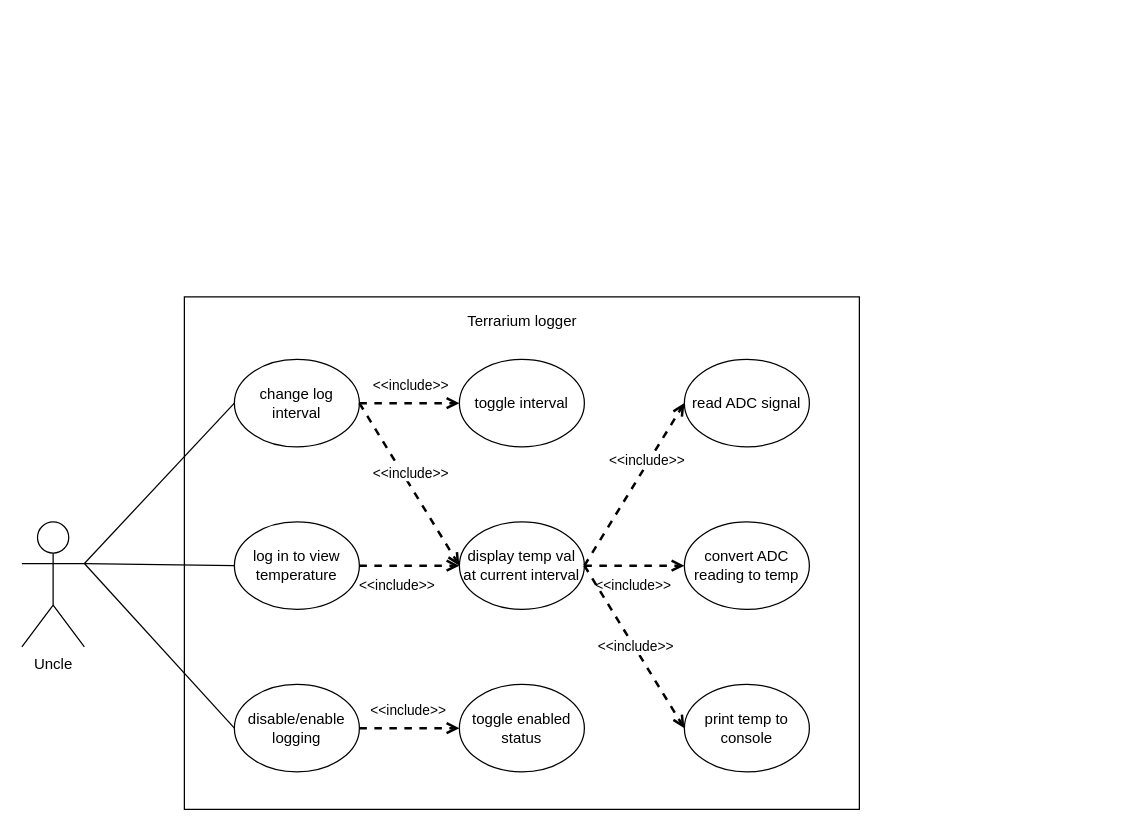
The draw.io diagram diagrams/usecasediagram.drawio in hrrhan002/Terrarium-Logger, before the edit. Source tidied: cells renumbered, new cells numbered last; positions are measured from the earlier drawing's top-left corner, leaving out a move shared by most shapes. Both pictures are drawn from the tidied source at 125%, with x=0, y=0 at pixel (21, 296).
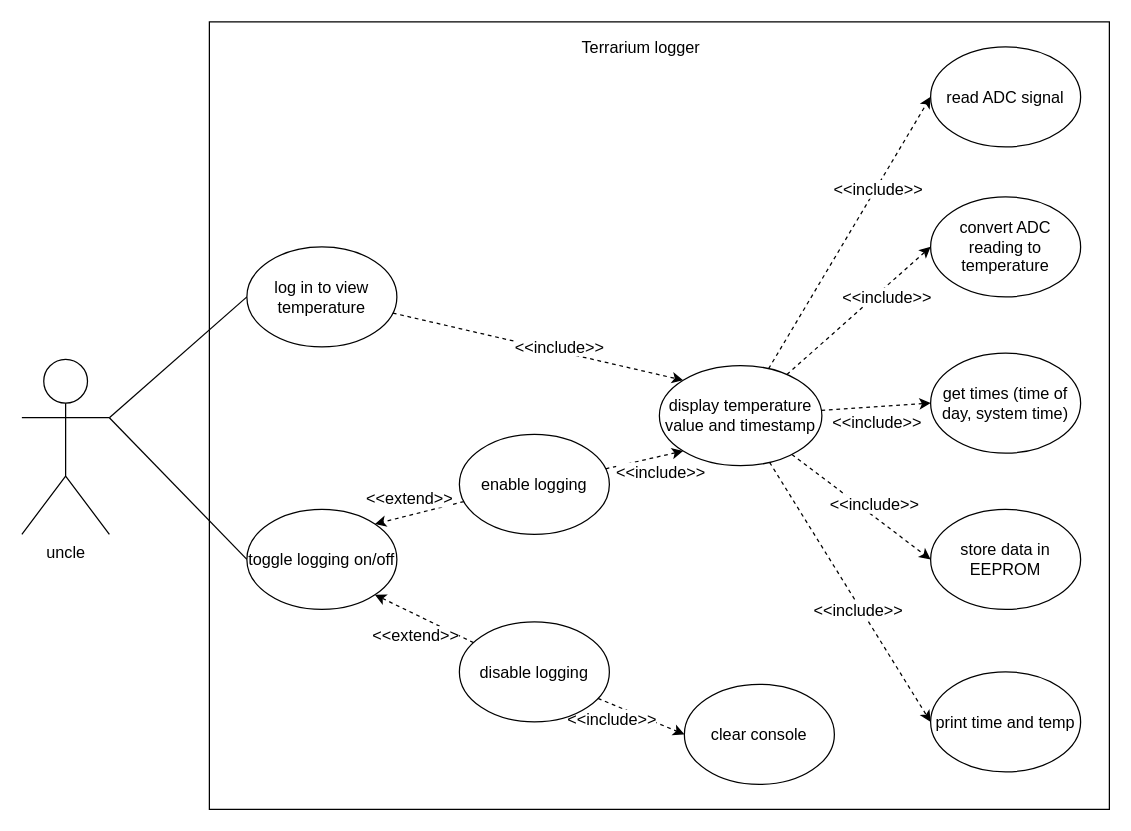
The same diagram, later.

Commit message (it also covers changes not shown here):
Remove toggle interval functionality; Improvements

No longer required to change sample rate. Diagrams and code outline updated to remove this functionality.

In the code there was a clear_log() fn that cleared the eeprom. It has been renamed clear_mem() so that
a new fn clear_log() can be used to clear the console.

Use case diagram has been improved.

Change to the diagram source:
```diff
@@
-    <mxCell id="2" style="rounded=0;whiteSpace=wrap;html=1;" parent="1" vertex="1">
-      <mxGeometry x="130" width="540" height="410" as="geometry" />
-    </mxCell>
-    <mxCell id="3" value="Uncle" style="shape=umlActor;verticalLabelPosition=bottom;verticalAlign=top;html=1;outlineConnect=0;" parent="1" vertex="1">
-      <mxGeometry y="180" width="50" height="100" as="geometry" />
-    </mxCell>
-    <mxCell id="4" value="change log interval" style="ellipse;whiteSpace=wrap;html=1;" parent="1" vertex="1">
-      <mxGeometry x="170" y="50" width="100" height="70" as="geometry" />
-    </mxCell>
+    <mxCell id="31" style="rounded=0;whiteSpace=wrap;html=1;fontSize=13;fillColor=none;" parent="1" vertex="1">
+      <mxGeometry x="150" y="-220" width="720" height="630" as="geometry" />
+    </mxCell>
+    <mxCell id="32" style="edgeStyle=none;rounded=0;jettySize=auto;html=1;exitX=1;exitY=0.3333333333333333;exitDx=0;exitDy=0;exitPerimeter=0;entryX=0;entryY=0.5;entryDx=0;entryDy=0;startArrow=none;startFill=0;endArrow=none;endFill=0;fontSize=13;" parent="1" edge="1" source="34" target="5">
+      <mxGeometry relative="1" as="geometry" />
+    </mxCell>
+    <mxCell id="33" style="edgeStyle=none;rounded=0;jettySize=auto;html=1;exitX=1;exitY=0.3333333333333333;exitDx=0;exitDy=0;exitPerimeter=0;entryX=0;entryY=0.5;entryDx=0;entryDy=0;startArrow=none;startFill=0;endArrow=none;endFill=0;fontSize=13;" parent="1" edge="1" source="34" target="37">
+      <mxGeometry relative="1" as="geometry" />
+    </mxCell>
+    <mxCell id="34" value="&lt;div style=&quot;font-size: 13px;&quot;&gt;uncle&lt;/div&gt;" style="shape=umlActor;verticalLabelPosition=bottom;verticalAlign=top;html=1;outlineConnect=0;fontSize=13;" parent="1" vertex="1">
+      <mxGeometry y="50" width="70" height="140" as="geometry" />
+    </mxCell>
+    <mxCell id="35" style="edgeStyle=none;rounded=0;jettySize=auto;html=1;entryX=0;entryY=0;entryDx=0;entryDy=0;dashed=1;startArrow=none;startFill=0;endArrow=classic;endFill=1;fontSize=13;" parent="1" edge="1" source="5" target="58">
+      <mxGeometry relative="1" as="geometry" />
+    </mxCell>
+    <mxCell id="36" value="&amp;lt;&amp;lt;include&amp;gt;&amp;gt;" style="edgeLabel;html=1;align=center;verticalAlign=middle;fontSize=13;" parent="35" vertex="1">
+      <mxGeometry x="0.3" y="2" relative="1" as="geometry">
+        <mxPoint x="-18.5" y="-6.1" as="offset" />
+      </mxGeometry>
+    </mxCell>
-    <mxCell id="5" value="log in to view temperature" style="ellipse;whiteSpace=wrap;html=1;" parent="1" vertex="1">
-      <mxGeometry x="170" y="180" width="100" height="70" as="geometry" />
+    <mxCell id="5" value="log in to view temperature" style="ellipse;whiteSpace=wrap;html=1;fontSize=13;" parent="1" vertex="1">
+      <mxGeometry x="180" y="-40" width="120" height="80" as="geometry" />
     </mxCell>
-    <mxCell id="6" value="disable/enable logging" style="ellipse;whiteSpace=wrap;html=1;" parent="1" vertex="1">
-      <mxGeometry x="170" y="310" width="100" height="70" as="geometry" />
-    </mxCell>
-    <mxCell id="7" value="toggle interval" style="ellipse;whiteSpace=wrap;html=1;" parent="1" vertex="1">
-      <mxGeometry x="350" y="50" width="100" height="70" as="geometry" />
-    </mxCell>
-    <mxCell id="8" value="display temp val at current interval" style="ellipse;whiteSpace=wrap;html=1;" parent="1" vertex="1">
-      <mxGeometry x="350" y="180" width="100" height="70" as="geometry" />
-    </mxCell>
-    <mxCell id="9" value="toggle enabled status" style="ellipse;whiteSpace=wrap;html=1;" parent="1" vertex="1">
-      <mxGeometry x="350" y="310" width="100" height="70" as="geometry" />
-    </mxCell>
+    <mxCell id="37" value="toggle logging on/off" style="ellipse;whiteSpace=wrap;html=1;fontSize=13;" parent="1" vertex="1">
+      <mxGeometry x="180" y="170" width="120" height="80" as="geometry" />
+    </mxCell>
+    <mxCell id="38" style="edgeStyle=none;rounded=0;jettySize=auto;html=1;entryX=0;entryY=1;entryDx=0;entryDy=0;dashed=1;startArrow=none;startFill=0;endArrow=classic;endFill=1;fontSize=13;" parent="1" edge="1" source="42" target="58">
+      <mxGeometry relative="1" as="geometry" />
+    </mxCell>
+    <mxCell id="39" value="&amp;lt;&amp;lt;include&amp;gt;&amp;gt;" style="edgeLabel;html=1;align=center;verticalAlign=middle;fontSize=13;" parent="38" vertex="1">
+      <mxGeometry x="-0.25" relative="1" as="geometry">
+        <mxPoint x="19.8" y="7.8" as="offset" />
+      </mxGeometry>
+    </mxCell>
+    <mxCell id="40" style="edgeStyle=none;rounded=0;jettySize=auto;html=1;entryX=1;entryY=0;entryDx=0;entryDy=0;dashed=1;startArrow=none;startFill=0;endArrow=classic;endFill=1;fontSize=13;" parent="1" edge="1" source="42" target="37">
+      <mxGeometry relative="1" as="geometry" />
+    </mxCell>
+    <mxCell id="41" value="&amp;lt;&amp;lt;extend&amp;gt;&amp;gt;" style="edgeLabel;html=1;align=center;verticalAlign=middle;fontSize=13;" parent="40" vertex="1">
+      <mxGeometry x="0.25" y="2" relative="1" as="geometry">
+        <mxPoint x="0.1" y="-16.9" as="offset" />
+      </mxGeometry>
+    </mxCell>
+    <mxCell id="42" value="enable logging" style="ellipse;whiteSpace=wrap;html=1;fontSize=13;" parent="1" vertex="1">
+      <mxGeometry x="350" y="110" width="120" height="80" as="geometry" />
+    </mxCell>
+    <mxCell id="43" style="edgeStyle=none;rounded=0;jettySize=auto;html=1;entryX=1;entryY=1;entryDx=0;entryDy=0;dashed=1;startArrow=none;startFill=0;endArrow=classic;endFill=1;fontSize=13;" parent="1" edge="1" source="47" target="37">
+      <mxGeometry relative="1" as="geometry" />
+    </mxCell>
+    <mxCell id="44" value="&amp;lt;&amp;lt;extend&amp;gt;&amp;gt;" style="edgeLabel;html=1;align=center;verticalAlign=middle;fontSize=13;" parent="43" vertex="1">
+      <mxGeometry x="-0.56" y="2" relative="1" as="geometry">
+        <mxPoint x="-29" y="0.2" as="offset" />
+      </mxGeometry>
+    </mxCell>
+    <mxCell id="45" style="edgeStyle=none;rounded=0;jettySize=auto;html=1;entryX=0;entryY=0.5;entryDx=0;entryDy=0;startArrow=none;startFill=0;endArrow=classic;endFill=1;fontSize=13;dashed=1;" parent="1" edge="1" source="47" target="63">
+      <mxGeometry relative="1" as="geometry" />
+    </mxCell>
+    <mxCell id="46" value="&amp;lt;&amp;lt;include&amp;gt;&amp;gt;" style="edgeLabel;html=1;align=center;verticalAlign=middle;fontSize=13;" parent="45" vertex="1">
+      <mxGeometry x="0.14" relative="1" as="geometry">
+        <mxPoint x="-28.8" as="offset" />
+      </mxGeometry>
+    </mxCell>
+    <mxCell id="47" value="disable logging" style="ellipse;whiteSpace=wrap;html=1;fontSize=13;" parent="1" vertex="1">
+      <mxGeometry x="350" y="260" width="120" height="80" as="geometry" />
+    </mxCell>
+    <mxCell id="48" style="edgeStyle=none;rounded=0;jettySize=auto;html=1;entryX=0;entryY=0.5;entryDx=0;entryDy=0;dashed=1;startArrow=none;startFill=0;endArrow=classic;endFill=1;fontSize=13;" parent="1" edge="1" source="58" target="10">
+      <mxGeometry relative="1" as="geometry" />
+    </mxCell>
+    <mxCell id="49" value="&amp;lt;&amp;lt;include&amp;gt;&amp;gt;" style="edgeLabel;html=1;align=center;verticalAlign=middle;fontSize=13;" parent="48" vertex="1">
+      <mxGeometry x="0.33" y="-1" relative="1" as="geometry" />
+    </mxCell>
+    <mxCell id="50" style="edgeStyle=none;rounded=0;jettySize=auto;html=1;entryX=0;entryY=0.5;entryDx=0;entryDy=0;dashed=1;startArrow=none;startFill=0;endArrow=classic;endFill=1;fontSize=13;" parent="1" edge="1" source="58" target="59">
+      <mxGeometry relative="1" as="geometry" />
+    </mxCell>
+    <mxCell id="51" value="&amp;lt;&amp;lt;include&amp;gt;&amp;gt;" style="edgeLabel;html=1;align=center;verticalAlign=middle;fontSize=13;" parent="50" vertex="1">
+      <mxGeometry x="0.53" relative="1" as="geometry">
+        <mxPoint x="-8.6" y="15.6" as="offset" />
+      </mxGeometry>
+    </mxCell>
+    <mxCell id="52" style="edgeStyle=none;rounded=0;jettySize=auto;html=1;entryX=0;entryY=0.5;entryDx=0;entryDy=0;dashed=1;startArrow=none;startFill=0;endArrow=classic;endFill=1;fontSize=13;" parent="1" edge="1" source="58" target="60">
+      <mxGeometry relative="1" as="geometry" />
+    </mxCell>
+    <mxCell id="53" value="&amp;lt;&amp;lt;include&amp;gt;&amp;gt;" style="edgeLabel;html=1;align=center;verticalAlign=middle;fontSize=13;" parent="52" vertex="1">
+      <mxGeometry x="0.43" y="2" relative="1" as="geometry">
+        <mxPoint x="-18.6" y="15.2" as="offset" />
+      </mxGeometry>
+    </mxCell>
+    <mxCell id="54" style="edgeStyle=none;rounded=0;jettySize=auto;html=1;entryX=0;entryY=0.5;entryDx=0;entryDy=0;dashed=1;startArrow=none;startFill=0;endArrow=classic;endFill=1;fontSize=13;" parent="1" edge="1" source="58" target="61">
+      <mxGeometry relative="1" as="geometry" />
+    </mxCell>
+    <mxCell id="55" value="&amp;lt;&amp;lt;include&amp;gt;&amp;gt;" style="edgeLabel;html=1;align=center;verticalAlign=middle;fontSize=13;" parent="54" vertex="1">
+      <mxGeometry x="0.43" y="-1" relative="1" as="geometry">
+        <mxPoint x="-21.3" y="-31.3" as="offset" />
+      </mxGeometry>
+    </mxCell>
+    <mxCell id="56" style="edgeStyle=none;rounded=0;jettySize=auto;html=1;entryX=0;entryY=0.5;entryDx=0;entryDy=0;dashed=1;startArrow=none;startFill=0;endArrow=classic;endFill=1;fontSize=13;" parent="1" edge="1" source="58" target="62">
+      <mxGeometry relative="1" as="geometry" />
+    </mxCell>
+    <mxCell id="57" value="&amp;lt;&amp;lt;include&amp;gt;&amp;gt;" style="edgeLabel;html=1;align=center;verticalAlign=middle;fontSize=13;" parent="56" vertex="1">
+      <mxGeometry x="0.51" y="-2" relative="1" as="geometry">
+        <mxPoint x="-17.3" y="-25.8" as="offset" />
+      </mxGeometry>
+    </mxCell>
+    <mxCell id="58" value="display temperature value and timestamp" style="ellipse;whiteSpace=wrap;html=1;fontSize=13;" parent="1" vertex="1">
+      <mxGeometry x="510" y="55" width="130" height="80" as="geometry" />
+    </mxCell>
-    <mxCell id="10" value="read ADC signal" style="ellipse;whiteSpace=wrap;html=1;" parent="1" vertex="1">
-      <mxGeometry x="530" y="50" width="100" height="70" as="geometry" />
+    <mxCell id="10" value="read ADC signal" style="ellipse;whiteSpace=wrap;html=1;fontSize=13;" parent="1" vertex="1">
+      <mxGeometry x="727" y="-200" width="120" height="80" as="geometry" />
     </mxCell>
-    <mxCell id="11" value="convert ADC reading to temp" style="ellipse;whiteSpace=wrap;html=1;" parent="1" vertex="1">
-      <mxGeometry x="530" y="180" width="100" height="70" as="geometry" />
-    </mxCell>
-    <mxCell id="12" value="print temp to console" style="ellipse;whiteSpace=wrap;html=1;" parent="1" vertex="1">
-      <mxGeometry x="530" y="310" width="100" height="70" as="geometry" />
-    </mxCell>
-    <mxCell id="13" style="endArrow=open;dashed=1;html=1;strokeWidth=2;endFill=0;exitX=1;exitY=0.5;exitDx=0;exitDy=0;entryX=0;entryY=0.5;entryDx=0;entryDy=0;" parent="1" edge="1" source="4" target="7">
-      <mxGeometry relative="1" as="geometry" />
-    </mxCell>
-    <mxCell id="14" value="&amp;lt;&amp;lt;include&amp;gt;&amp;gt;" style="edgeLabel;html=1;align=center;verticalAlign=middle;" parent="13" vertex="1">
-      <mxGeometry x="0.4" y="-3" relative="1" as="geometry">
-        <mxPoint x="-16" y="-18" as="offset" />
-      </mxGeometry>
-    </mxCell>
-    <mxCell id="15" style="endArrow=open;dashed=1;html=1;strokeWidth=2;endFill=0;exitX=1;exitY=0.5;exitDx=0;exitDy=0;entryX=0;entryY=0.5;entryDx=0;entryDy=0;" parent="1" edge="1" source="4" target="8">
-      <mxGeometry relative="1" as="geometry" />
-    </mxCell>
-    <mxCell id="16" value="&amp;lt;&amp;lt;include&amp;gt;&amp;gt;" style="edgeLabel;html=1;align=center;verticalAlign=middle;" parent="15" vertex="1">
-      <mxGeometry x="0.28" y="1" relative="1" as="geometry">
-        <mxPoint x="-12.2" y="-27.9" as="offset" />
-      </mxGeometry>
-    </mxCell>
-    <mxCell id="17" style="endArrow=open;dashed=1;html=1;strokeWidth=2;endFill=0;exitX=1;exitY=0.5;exitDx=0;exitDy=0;entryX=0;entryY=0.5;entryDx=0;entryDy=0;" parent="1" edge="1" source="5" target="8">
-      <mxGeometry relative="1" as="geometry" />
-    </mxCell>
-    <mxCell id="18" value="&amp;lt;&amp;lt;include&amp;gt;&amp;gt;" style="edgeLabel;html=1;align=center;verticalAlign=middle;" parent="17" vertex="1">
-      <mxGeometry x="0.28" y="1" relative="1" as="geometry">
-        <mxPoint x="-21.7" y="16" as="offset" />
-      </mxGeometry>
-    </mxCell>
-    <mxCell id="19" style="endArrow=open;dashed=1;html=1;strokeWidth=2;endFill=0;exitX=1;exitY=0.5;exitDx=0;exitDy=0;entryX=0;entryY=0.5;entryDx=0;entryDy=0;" parent="1" edge="1" source="6" target="9">
-      <mxGeometry relative="1" as="geometry" />
-    </mxCell>
-    <mxCell id="20" value="&amp;lt;&amp;lt;include&amp;gt;&amp;gt;" style="edgeLabel;html=1;align=center;verticalAlign=middle;" parent="19" vertex="1">
-      <mxGeometry x="0.28" y="1" relative="1" as="geometry">
-        <mxPoint x="-12.2" y="-14" as="offset" />
-      </mxGeometry>
-    </mxCell>
-    <mxCell id="21" style="endArrow=open;dashed=1;html=1;strokeWidth=2;endFill=0;exitX=1;exitY=0.5;exitDx=0;exitDy=0;entryX=0;entryY=0.5;entryDx=0;entryDy=0;" parent="1" edge="1" source="8" target="10">
-      <mxGeometry relative="1" as="geometry" />
-    </mxCell>
-    <mxCell id="22" value="&amp;lt;&amp;lt;include&amp;gt;&amp;gt;" style="edgeLabel;html=1;align=center;verticalAlign=middle;" parent="21" vertex="1">
-      <mxGeometry x="0.28" y="1" relative="1" as="geometry">
-        <mxPoint x="-0.7" y="-0.7" as="offset" />
-      </mxGeometry>
-    </mxCell>
-    <mxCell id="23" style="endArrow=open;dashed=1;html=1;strokeWidth=2;endFill=0;exitX=1;exitY=0.5;exitDx=0;exitDy=0;entryX=0;entryY=0.5;entryDx=0;entryDy=0;" parent="1" edge="1" source="8" target="11">
-      <mxGeometry relative="1" as="geometry" />
-    </mxCell>
-    <mxCell id="24" value="&amp;lt;&amp;lt;include&amp;gt;&amp;gt;" style="edgeLabel;html=1;align=center;verticalAlign=middle;" parent="23" vertex="1">
-      <mxGeometry x="0.28" y="1" relative="1" as="geometry">
-        <mxPoint x="-12.2" y="16" as="offset" />
-      </mxGeometry>
-    </mxCell>
-    <mxCell id="25" style="endArrow=open;dashed=1;html=1;strokeWidth=2;endFill=0;exitX=1;exitY=0.5;exitDx=0;exitDy=0;entryX=0;entryY=0.5;entryDx=0;entryDy=0;" parent="1" edge="1" source="8" target="12">
-      <mxGeometry relative="1" as="geometry" />
-    </mxCell>
-    <mxCell id="26" value="&amp;lt;&amp;lt;include&amp;gt;&amp;gt;" style="edgeLabel;html=1;align=center;verticalAlign=middle;" parent="25" vertex="1">
-      <mxGeometry x="0.28" y="1" relative="1" as="geometry">
-        <mxPoint x="-12.2" y="-18.2" as="offset" />
-      </mxGeometry>
-    </mxCell>
+    <mxCell id="59" value="convert ADC reading to temperature" style="ellipse;whiteSpace=wrap;html=1;fontSize=13;" parent="1" vertex="1">
+      <mxGeometry x="727" y="-80" width="120" height="80" as="geometry" />
+    </mxCell>
+    <mxCell id="60" value="get times (time of day, system time)" style="ellipse;whiteSpace=wrap;html=1;fontSize=13;" parent="1" vertex="1">
+      <mxGeometry x="727" y="45" width="120" height="80" as="geometry" />
+    </mxCell>
+    <mxCell id="61" value="print time and temp" style="ellipse;whiteSpace=wrap;html=1;fontSize=13;" parent="1" vertex="1">
+      <mxGeometry x="727" y="300" width="120" height="80" as="geometry" />
+    </mxCell>
+    <mxCell id="62" value="store data in EEPROM" style="ellipse;whiteSpace=wrap;html=1;fontSize=13;" parent="1" vertex="1">
+      <mxGeometry x="727" y="170" width="120" height="80" as="geometry" />
+    </mxCell>
-    <mxCell id="27" value="Terrarium logger" style="text;html=1;align=center;verticalAlign=middle;" parent="1" vertex="1">
-      <mxGeometry x="350" y="10" width="100" height="20" as="geometry" />
+    <mxCell id="27" value="Terrarium logger" style="text;html=1;align=center;verticalAlign=middle;fontSize=13;" parent="1" vertex="1">
+      <mxGeometry x="440" y="-210" width="110" height="20" as="geometry" />
     </mxCell>
-    <mxCell id="28" style="endArrow=none;html=1;strokeWidth=1;exitX=1;exitY=0.3333333333333333;exitDx=0;exitDy=0;exitPerimeter=0;entryX=0;entryY=0.5;entryDx=0;entryDy=0;" parent="1" edge="1" source="3" target="4">
-      <mxGeometry relative="1" as="geometry" />
-    </mxCell>
-    <mxCell id="29" style="endArrow=none;html=1;strokeWidth=1;exitX=1;exitY=0.3333333333333333;exitDx=0;exitDy=0;exitPerimeter=0;entryX=0;entryY=0.5;entryDx=0;entryDy=0;" parent="1" edge="1" source="3" target="5">
-      <mxGeometry relative="1" as="geometry" />
-    </mxCell>
-    <mxCell id="30" style="endArrow=none;html=1;strokeWidth=1;exitX=1;exitY=0.3333333333333333;exitDx=0;exitDy=0;exitPerimeter=0;entryX=0;entryY=0.5;entryDx=0;entryDy=0;" parent="1" edge="1" source="3" target="6">
-      <mxGeometry relative="1" as="geometry" />
-    </mxCell>
+    <mxCell id="63" value="clear console" style="ellipse;whiteSpace=wrap;html=1;fontSize=13;" parent="1" vertex="1">
+      <mxGeometry x="530" y="310" width="120" height="80" as="geometry" />
+    </mxCell>
```
